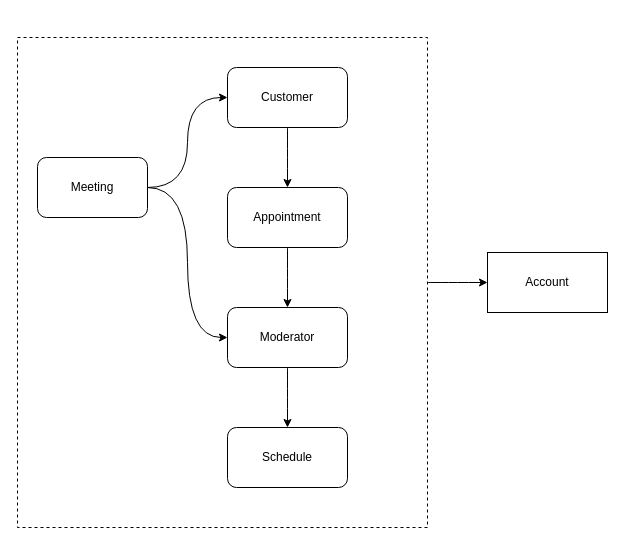
Earlier version of the draw.io diagram page "entities" (3 of 5) of Appointment Schedule.drawio (i3mDevep/appointment-schedule). Source tidied: cells renumbered, new cells numbered last; positions are measured from the earlier drawing's top-left corner, leaving out a move shared by most shapes. Both pictures are drawn from the tidied source at 100%, with x=0, y=0 at pixel (17, 37).
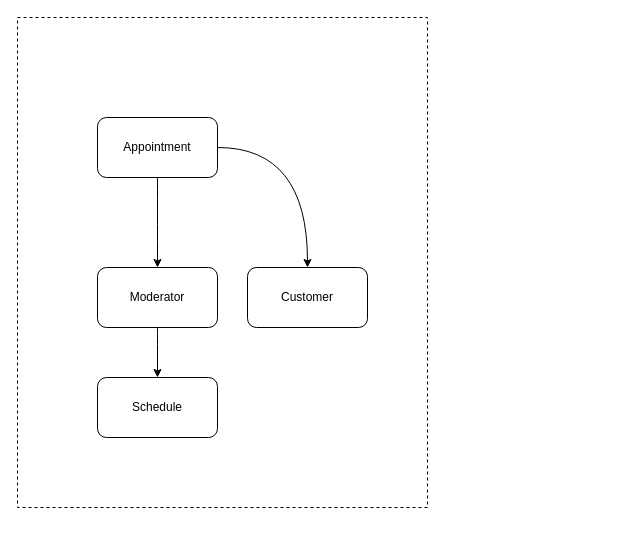
The same diagram, later.

What changed in the source:
```diff
@@
 <mxGraphModel>
   <root>
     <mxCell id="0" />
     <mxCell id="1" parent="0" />
-    <mxCell id="2" style="edgeStyle=orthogonalEdgeStyle;curved=1;rounded=0;jettySize=auto;html=1;strokeColor=default;" parent="1" edge="1" source="3" target="14">
-      <mxGeometry relative="1" as="geometry" />
-    </mxCell>
     <mxCell id="3" style="rounded=0;whiteSpace=wrap;html=1;dashed=1;" parent="1" vertex="1">
-      <mxGeometry width="410" height="490" as="geometry" />
+      <mxGeometry y="-20" width="410" height="490" as="geometry" />
     </mxCell>
-    <mxCell id="4" style="edgeStyle=orthogonalEdgeStyle;curved=1;rounded=0;jettySize=auto;html=1;exitX=0.5;exitY=1;exitDx=0;exitDy=0;strokeColor=default;" parent="1" edge="1" source="5" target="13">
-      <mxGeometry relative="1" as="geometry" />
-    </mxCell>
     <mxCell id="5" value="Customer" style="rounded=1;whiteSpace=wrap;html=1;" parent="1" vertex="1">
-      <mxGeometry x="210" y="30" width="120" height="60" as="geometry" />
+      <mxGeometry x="230" y="230" width="120" height="60" as="geometry" />
     </mxCell>
-    <mxCell id="6" style="edgeStyle=orthogonalEdgeStyle;curved=1;rounded=0;jettySize=auto;html=1;entryX=0;entryY=0.5;entryDx=0;entryDy=0;strokeColor=default;" parent="1" edge="1" source="8" target="5">
-      <mxGeometry relative="1" as="geometry" />
-    </mxCell>
-    <mxCell id="7" style="edgeStyle=orthogonalEdgeStyle;curved=1;rounded=0;jettySize=auto;html=1;entryX=0;entryY=0.5;entryDx=0;entryDy=0;strokeColor=default;" parent="1" edge="1" source="8" target="10">
-      <mxGeometry relative="1" as="geometry" />
-    </mxCell>
-    <mxCell id="8" value="Meeting" style="rounded=1;whiteSpace=wrap;html=1;" parent="1" vertex="1">
-      <mxGeometry x="20" y="120" width="110" height="60" as="geometry" />
-    </mxCell>
-    <mxCell id="9" style="edgeStyle=orthogonalEdgeStyle;curved=1;rounded=0;jettySize=auto;html=1;strokeColor=default;" parent="1" edge="1" source="10" target="11">
+    <mxCell id="9" style="edgeStyle=orthogonalEdgeStyle;curved=1;rounded=0;jettySize=auto;html=1;" parent="1" edge="1" source="10" target="11">
       <mxGeometry relative="1" as="geometry" />
     </mxCell>
     <mxCell id="10" value="Moderator" style="rounded=1;whiteSpace=wrap;html=1;" parent="1" vertex="1">
-      <mxGeometry x="210" y="270" width="120" height="60" as="geometry" />
+      <mxGeometry x="80" y="230" width="120" height="60" as="geometry" />
     </mxCell>
     <mxCell id="11" value="Schedule" style="whiteSpace=wrap;html=1;rounded=1;" parent="1" vertex="1">
-      <mxGeometry x="210" y="390" width="120" height="60" as="geometry" />
+      <mxGeometry x="80" y="340" width="120" height="60" as="geometry" />
     </mxCell>
+    <mxCell id="15" style="edgeStyle=orthogonalEdgeStyle;rounded=0;jettySize=auto;html=1;curved=1;" parent="1" edge="1" source="13" target="5">
+      <mxGeometry relative="1" as="geometry" />
+    </mxCell>
-    <mxCell id="12" style="edgeStyle=orthogonalEdgeStyle;curved=1;rounded=0;jettySize=auto;html=1;exitX=0.5;exitY=1;exitDx=0;exitDy=0;strokeColor=default;" parent="1" edge="1" source="13" target="10">
+    <mxCell id="12" style="edgeStyle=orthogonalEdgeStyle;curved=1;rounded=0;jettySize=auto;html=1;entryX=0.5;entryY=0;entryDx=0;entryDy=0;" parent="1" edge="1" source="13" target="10">
       <mxGeometry relative="1" as="geometry" />
     </mxCell>
     <mxCell id="13" value="Appointment" style="rounded=1;whiteSpace=wrap;html=1;" parent="1" vertex="1">
-      <mxGeometry x="210" y="150" width="120" height="60" as="geometry" />
+      <mxGeometry x="80" y="80" width="120" height="60" as="geometry" />
     </mxCell>
-    <mxCell id="14" value="Account" style="whiteSpace=wrap;html=1;rounded=0;" parent="1" vertex="1">
-      <mxGeometry x="470" y="215" width="120" height="60" as="geometry" />
-    </mxCell>
   </root>
 </mxGraphModel>
```
